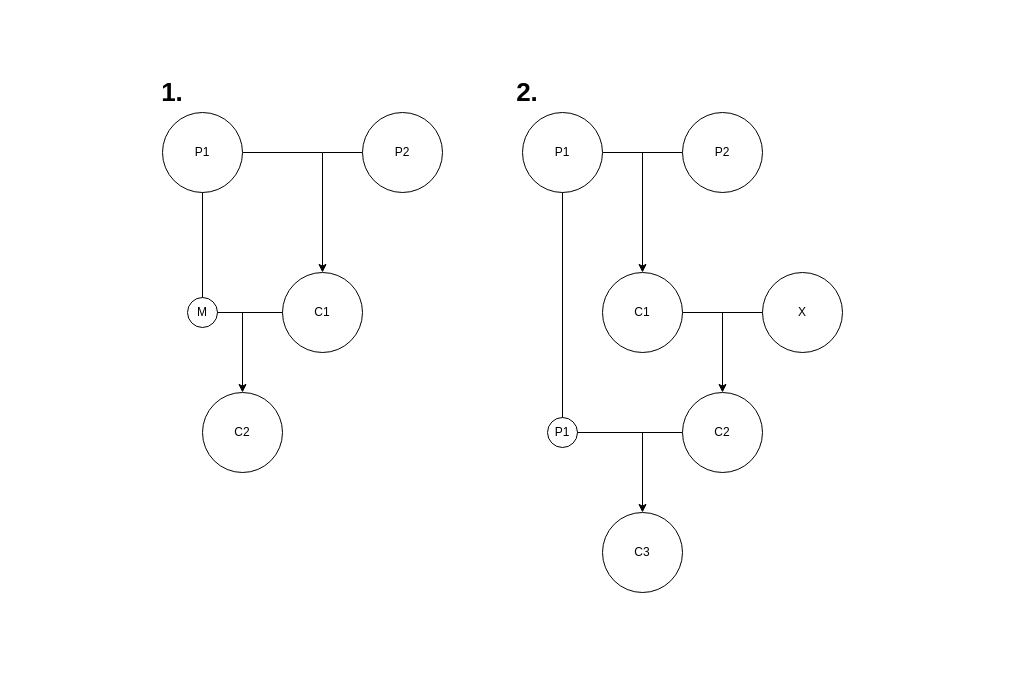
Before: page "Page-1" (1 of 4) of posts/post-84/images/incest.drawio in urpylka/notes, a draw.io diagram. Source tidied: cells renumbered, new cells numbered last; positions are measured from the earlier drawing's top-left corner, leaving out a move shared by most shapes. Both pictures are drawn from the tidied source at 100%, with x=0, y=0 at pixel (17, 17).
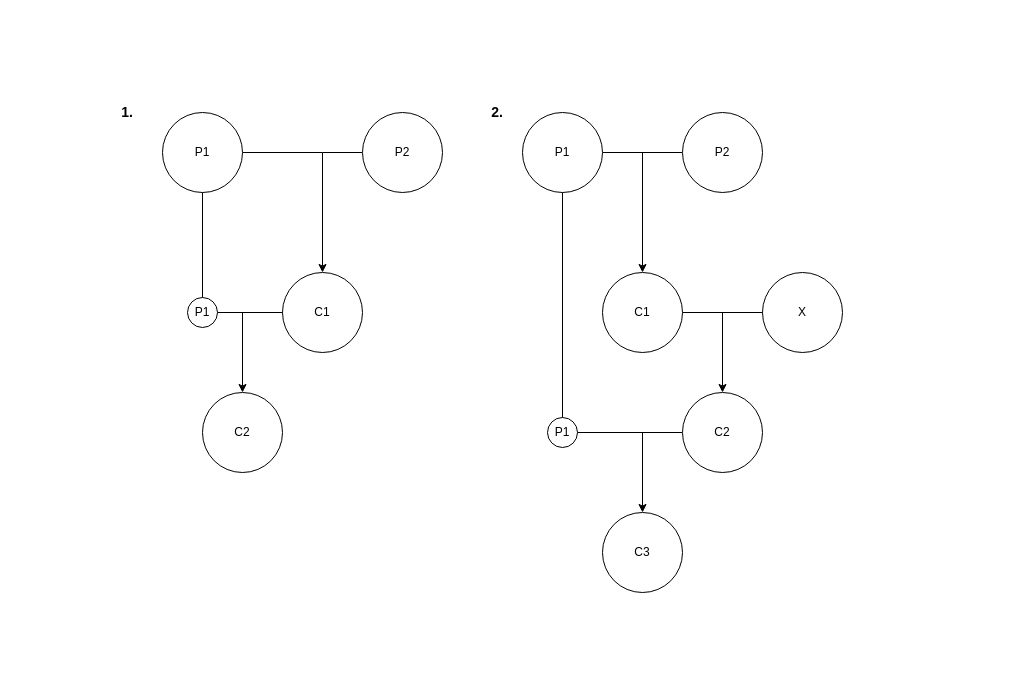
The same diagram, later.

Diff of the diagram source:
```diff
@@
     <mxCell id="2" style="rounded=0;whiteSpace=wrap;html=1;strokeColor=none;" parent="1" vertex="1">
-      <mxGeometry width="990" height="640" as="geometry" />
+      <mxGeometry y="30" width="990" height="600" as="geometry" />
     </mxCell>
@@
-    <mxCell id="8" value="M" style="ellipse;whiteSpace=wrap;html=1;" parent="1" vertex="1">
+    <mxCell id="8" value="P1" style="ellipse;whiteSpace=wrap;html=1;" parent="1" vertex="1">
       <mxGeometry x="170" y="280" width="30" height="30" as="geometry" />
     </mxCell>
@@
-    <mxCell id="27" value="&lt;b&gt;&lt;font style=&quot;font-size: 26px&quot;&gt;1.&lt;/font&gt;&lt;/b&gt;" style="text;html=1;strokeColor=none;fillColor=none;align=center;verticalAlign=middle;whiteSpace=wrap;rounded=0;" parent="1" vertex="1">
-      <mxGeometry x="135" y="65" width="40" height="20" as="geometry" />
+    <mxCell id="27" value="&lt;b style=&quot;font-size: 14px;&quot;&gt;&lt;font style=&quot;font-size: 14px;&quot;&gt;1.&lt;/font&gt;&lt;/b&gt;" style="text;html=1;strokeColor=none;fillColor=none;align=center;verticalAlign=middle;whiteSpace=wrap;rounded=0;fontSize=14;" parent="1" vertex="1">
+      <mxGeometry x="90" y="85" width="40" height="20" as="geometry" />
     </mxCell>
-    <mxCell id="28" value="&lt;b&gt;&lt;font style=&quot;font-size: 26px&quot;&gt;2.&lt;/font&gt;&lt;/b&gt;" style="text;html=1;strokeColor=none;fillColor=none;align=center;verticalAlign=middle;whiteSpace=wrap;rounded=0;" parent="1" vertex="1">
-      <mxGeometry x="490" y="65" width="40" height="20" as="geometry" />
+    <mxCell id="28" value="&lt;b style=&quot;font-size: 14px;&quot;&gt;&lt;font style=&quot;font-size: 14px;&quot;&gt;2.&lt;/font&gt;&lt;/b&gt;" style="text;html=1;strokeColor=none;fillColor=none;align=center;verticalAlign=middle;whiteSpace=wrap;rounded=0;fontSize=14;" parent="1" vertex="1">
+      <mxGeometry x="460" y="85" width="40" height="20" as="geometry" />
     </mxCell>
```
